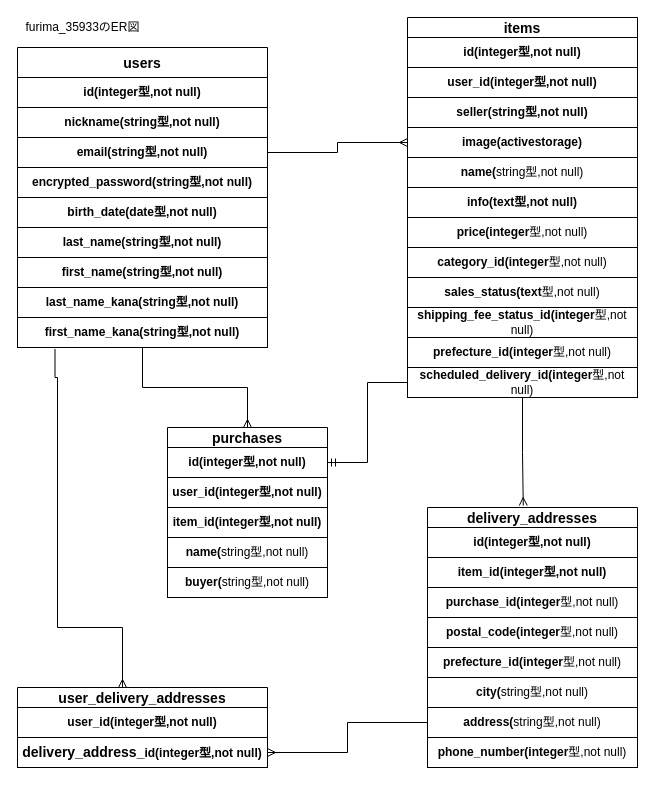
Before: test.dio in tubuyakisyun/furima-35933, a draw.io diagram. Source tidied: cells renumbered, new cells numbered last; positions are measured from the earlier drawing's top-left corner, leaving out a move shared by most shapes. Both pictures are drawn from the tidied source at 100%, with x=0, y=0 at pixel (17, 17).
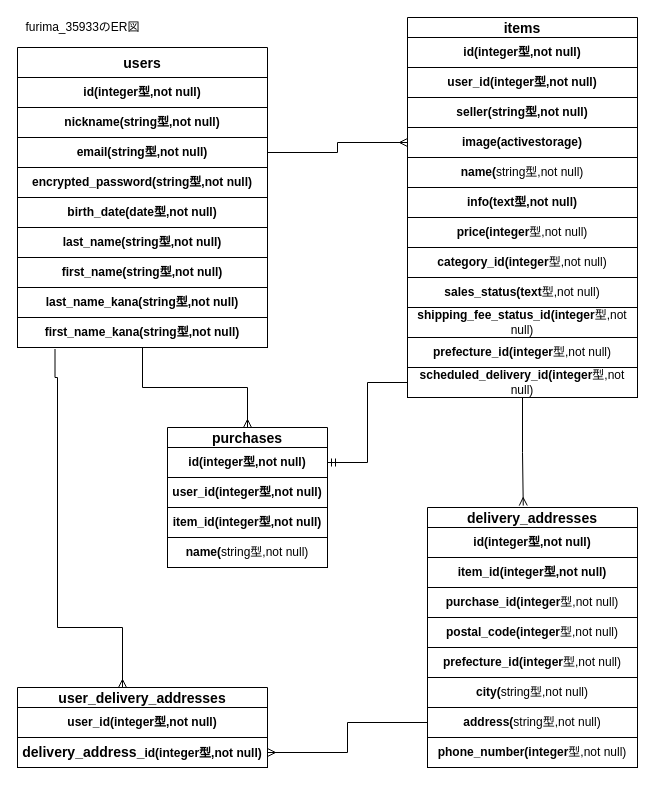
The same page after the edit.

Commit message:
buyer　カラムを削除しました

Change to the diagram source:
```diff
@@
-    <mxCell id="28" value="buyer(&lt;span style=&quot;font-weight: 400&quot;&gt;string型,not null)&lt;/span&gt;" style="whiteSpace=wrap;html=1;rounded=0;shadow=0;align=center;fontStyle=1;" parent="1" vertex="1">
-      <mxGeometry x="150" y="550" width="160" height="30" as="geometry" />
-    </mxCell>
```
